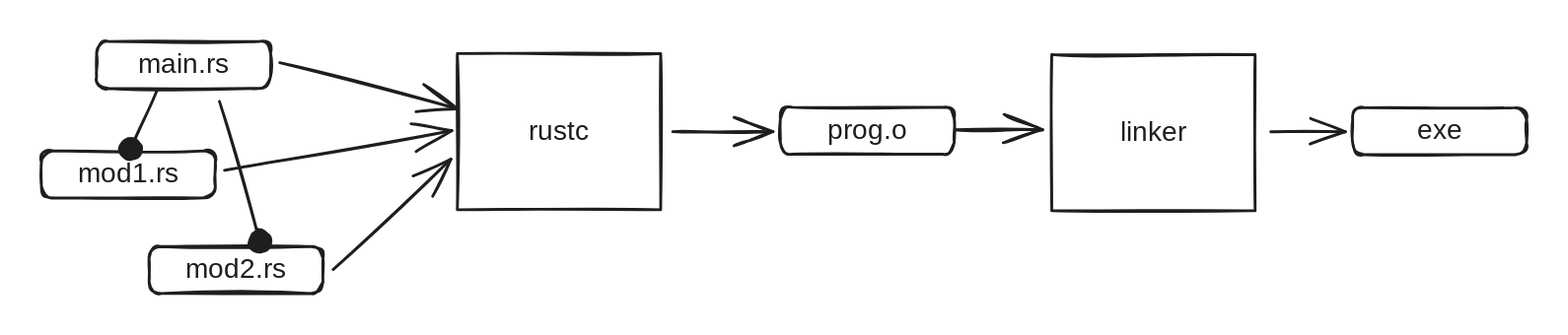
This is .gitbook/assets/file.excalidraw (3).svg from snorochevskiy/inroll-into-rust, a Excalidraw export, as it was before one commit. Source tidied: one line per element, renumbered; positions are measured from the earlier drawing's top-left corner, leaving out a move shared by most shapes. The source it was exported from:
```json
{"id": 0, "type": "rectangle", "strokeColor": "#1e1e1e", "strokeWidth": 2, "roughness": 1, "round": true, "x": 40, "y": 0, "width": 126, "height": 34}
{"id": 1, "type": "text", "text": "main.rs", "strokeColor": "#1e1e1e", "strokeWidth": 2, "roughness": 1, "fontSize": 20, "fontFamily": 3, "textAlign": "center", "verticalAlign": "middle", "inside": 0, "x": 62, "y": 5, "width": 82, "height": 24}
{"id": 2, "type": "rectangle", "strokeColor": "#1e1e1e", "strokeWidth": 2, "roughness": 1, "round": true, "x": 0, "y": 79, "width": 126, "height": 34}
{"id": 3, "type": "text", "text": "mod1.rs", "strokeColor": "#1e1e1e", "strokeWidth": 2, "roughness": 1, "fontSize": 20, "fontFamily": 3, "textAlign": "center", "verticalAlign": "middle", "inside": 2, "x": 22, "y": 84, "width": 82, "height": 24}
{"id": 4, "type": "rectangle", "strokeColor": "#1e1e1e", "strokeWidth": 2, "roughness": 1, "round": true, "x": 78, "y": 149, "width": 126, "height": 34}
{"id": 5, "type": "text", "text": "mod2.rs", "strokeColor": "#1e1e1e", "strokeWidth": 2, "roughness": 1, "fontSize": 20, "fontFamily": 3, "textAlign": "center", "verticalAlign": "middle", "inside": 4, "x": 100, "y": 154, "width": 82, "height": 24}
{"id": 6, "type": "arrow", "strokeColor": "#1e1e1e", "strokeWidth": 2, "roughness": 1, "endArrowhead": "dot", "from": 0, "to": 2, "x": 84, "y": 35, "width": 19, "height": 43, "points": [[0, 0], [-19, 43]]}
{"id": 7, "type": "arrow", "strokeColor": "#1e1e1e", "strokeWidth": 2, "roughness": 1, "endArrowhead": "dot", "from": 0, "to": 4, "x": 129, "y": 43, "width": 29, "height": 101, "points": [[0, 0], [29, 101]]}
{"id": 8, "type": "rectangle", "strokeColor": "#1e1e1e", "strokeWidth": 2, "roughness": 1, "x": 301, "y": 9, "width": 147, "height": 113}
{"id": 9, "type": "text", "text": "rustc", "strokeColor": "#1e1e1e", "strokeWidth": 2, "roughness": 1, "fontSize": 20, "fontFamily": 3, "textAlign": "center", "verticalAlign": "middle", "inside": 8, "x": 346, "y": 53, "width": 59, "height": 24}
{"id": 10, "type": "arrow", "strokeColor": "#1e1e1e", "strokeWidth": 2, "roughness": 1, "endArrowhead": "arrow", "from": 0, "to": 8, "x": 173, "y": 15, "width": 129, "height": 33, "points": [[0, 0], [129, 33]]}
{"id": 11, "type": "arrow", "strokeColor": "#1e1e1e", "strokeWidth": 2, "roughness": 1, "endArrowhead": "arrow", "from": 2, "to": 8, "x": 133, "y": 93, "width": 165, "height": 29, "points": [[0, 0], [165, -29]]}
{"id": 12, "type": "arrow", "strokeColor": "#1e1e1e", "strokeWidth": 2, "roughness": 1, "endArrowhead": "arrow", "from": 4, "to": 8, "x": 211, "y": 165, "width": 85, "height": 80, "points": [[0, 0], [85, -80]]}
{"id": 13, "type": "rectangle", "strokeColor": "#1e1e1e", "strokeWidth": 2, "roughness": 1, "round": true, "x": 535, "y": 48, "width": 126, "height": 34}
{"id": 14, "type": "text", "text": "prog.o", "strokeColor": "#1e1e1e", "strokeWidth": 2, "roughness": 1, "fontSize": 20, "fontFamily": 3, "textAlign": "center", "verticalAlign": "middle", "inside": 13, "x": 563, "y": 53, "width": 71, "height": 24}
{"id": 15, "type": "arrow", "strokeColor": "#1e1e1e", "strokeWidth": 2, "roughness": 1, "endArrowhead": "arrow", "from": 8, "to": 13, "x": 457, "y": 65, "width": 73, "height": 0, "points": [[0, 0], [73, 0]]}
{"id": 16, "type": "rectangle", "strokeColor": "#1e1e1e", "strokeWidth": 2, "roughness": 1, "x": 732, "y": 9, "width": 147, "height": 113}
{"id": 17, "type": "text", "text": "linker", "strokeColor": "#1e1e1e", "strokeWidth": 2, "roughness": 1, "fontSize": 20, "fontFamily": 3, "textAlign": "center", "verticalAlign": "middle", "inside": 16, "x": 770, "y": 54, "width": 71, "height": 24}
{"id": 18, "type": "arrow", "strokeColor": "#1e1e1e", "strokeWidth": 2, "roughness": 1, "endArrowhead": "arrow", "from": 13, "to": 16, "x": 662, "y": 64, "width": 63, "height": 0, "points": [[0, 0], [63, 0]]}
{"id": 19, "type": "rectangle", "strokeColor": "#1e1e1e", "strokeWidth": 2, "roughness": 1, "round": true, "x": 950, "y": 48, "width": 126, "height": 34}
{"id": 20, "type": "text", "text": "exe", "strokeColor": "#1e1e1e", "strokeWidth": 2, "roughness": 1, "fontSize": 20, "fontFamily": 3, "textAlign": "center", "verticalAlign": "middle", "inside": 19, "x": 995, "y": 53, "width": 35, "height": 24}
{"id": 21, "type": "arrow", "strokeColor": "#1e1e1e", "strokeWidth": 2, "roughness": 1, "endArrowhead": "arrow", "from": 16, "to": 19, "x": 891, "y": 65, "width": 54, "height": 0, "points": [[0, 0], [54, 0]]}
```
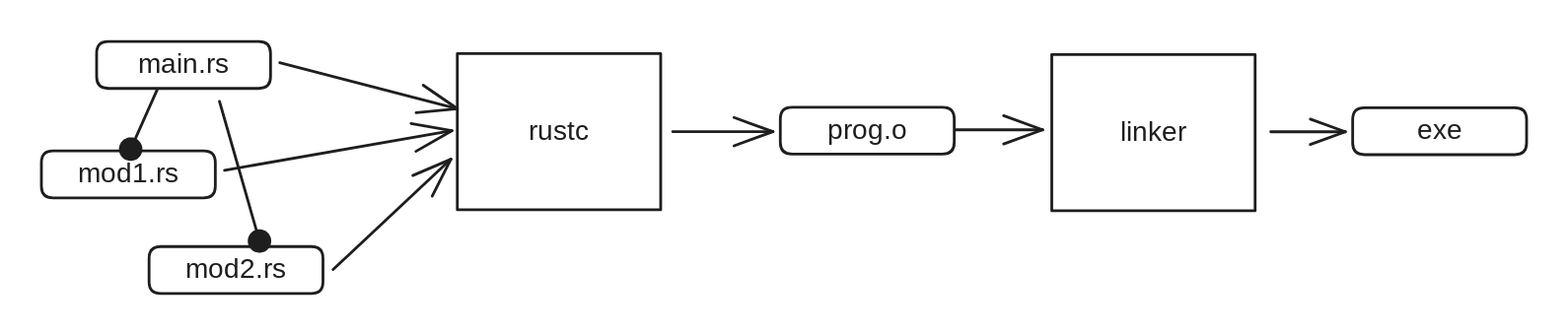
Above is the later version.

The edit, as a diff of the source:
```diff
@@ -1,22 +1,22 @@
-{"id": 0, "type": "rectangle", "strokeColor": "#1e1e1e", "strokeWidth": 2, "roughness": 1, "round": true, "x": 40, "y": 0, "width": 126, "height": 34}
+{"id": 0, "type": "rectangle", "strokeColor": "#1e1e1e", "strokeWidth": 2, "roughness": 0, "round": true, "x": 40, "y": 0, "width": 126, "height": 34}
 {"id": 1, "type": "text", "text": "main.rs", "strokeColor": "#1e1e1e", "strokeWidth": 2, "roughness": 1, "fontSize": 20, "fontFamily": 3, "textAlign": "center", "verticalAlign": "middle", "inside": 0, "x": 62, "y": 5, "width": 82, "height": 24}
-{"id": 2, "type": "rectangle", "strokeColor": "#1e1e1e", "strokeWidth": 2, "roughness": 1, "round": true, "x": 0, "y": 79, "width": 126, "height": 34}
+{"id": 2, "type": "rectangle", "strokeColor": "#1e1e1e", "strokeWidth": 2, "roughness": 0, "round": true, "x": 0, "y": 79, "width": 126, "height": 34}
 {"id": 3, "type": "text", "text": "mod1.rs", "strokeColor": "#1e1e1e", "strokeWidth": 2, "roughness": 1, "fontSize": 20, "fontFamily": 3, "textAlign": "center", "verticalAlign": "middle", "inside": 2, "x": 22, "y": 84, "width": 82, "height": 24}
-{"id": 4, "type": "rectangle", "strokeColor": "#1e1e1e", "strokeWidth": 2, "roughness": 1, "round": true, "x": 78, "y": 149, "width": 126, "height": 34}
+{"id": 4, "type": "rectangle", "strokeColor": "#1e1e1e", "strokeWidth": 2, "roughness": 0, "round": true, "x": 78, "y": 149, "width": 126, "height": 34}
 {"id": 5, "type": "text", "text": "mod2.rs", "strokeColor": "#1e1e1e", "strokeWidth": 2, "roughness": 1, "fontSize": 20, "fontFamily": 3, "textAlign": "center", "verticalAlign": "middle", "inside": 4, "x": 100, "y": 154, "width": 82, "height": 24}
-{"id": 6, "type": "arrow", "strokeColor": "#1e1e1e", "strokeWidth": 2, "roughness": 1, "endArrowhead": "dot", "from": 0, "to": 2, "x": 84, "y": 35, "width": 19, "height": 43, "points": [[0, 0], [-19, 43]]}
+{"id": 6, "type": "arrow", "strokeColor": "#1e1e1e", "strokeWidth": 2, "roughness": 0, "endArrowhead": "dot", "from": 0, "to": 2, "x": 84, "y": 35, "width": 19, "height": 43, "points": [[0, 0], [-19, 43]]}
-{"id": 7, "type": "arrow", "strokeColor": "#1e1e1e", "strokeWidth": 2, "roughness": 1, "endArrowhead": "dot", "from": 0, "to": 4, "x": 129, "y": 43, "width": 29, "height": 101, "points": [[0, 0], [29, 101]]}
+{"id": 7, "type": "arrow", "strokeColor": "#1e1e1e", "strokeWidth": 2, "roughness": 0, "endArrowhead": "dot", "from": 0, "to": 4, "x": 129, "y": 43, "width": 29, "height": 101, "points": [[0, 0], [29, 101]]}
-{"id": 8, "type": "rectangle", "strokeColor": "#1e1e1e", "strokeWidth": 2, "roughness": 1, "x": 301, "y": 9, "width": 147, "height": 113}
+{"id": 8, "type": "rectangle", "strokeColor": "#1e1e1e", "strokeWidth": 2, "roughness": 0, "x": 301, "y": 9, "width": 147, "height": 113}
 {"id": 9, "type": "text", "text": "rustc", "strokeColor": "#1e1e1e", "strokeWidth": 2, "roughness": 1, "fontSize": 20, "fontFamily": 3, "textAlign": "center", "verticalAlign": "middle", "inside": 8, "x": 346, "y": 53, "width": 59, "height": 24}
-{"id": 10, "type": "arrow", "strokeColor": "#1e1e1e", "strokeWidth": 2, "roughness": 1, "endArrowhead": "arrow", "from": 0, "to": 8, "x": 173, "y": 15, "width": 129, "height": 33, "points": [[0, 0], [129, 33]]}
+{"id": 10, "type": "arrow", "strokeColor": "#1e1e1e", "strokeWidth": 2, "roughness": 0, "endArrowhead": "arrow", "from": 0, "to": 8, "x": 173, "y": 15, "width": 129, "height": 33, "points": [[0, 0], [129, 33]]}
-{"id": 11, "type": "arrow", "strokeColor": "#1e1e1e", "strokeWidth": 2, "roughness": 1, "endArrowhead": "arrow", "from": 2, "to": 8, "x": 133, "y": 93, "width": 165, "height": 29, "points": [[0, 0], [165, -29]]}
+{"id": 11, "type": "arrow", "strokeColor": "#1e1e1e", "strokeWidth": 2, "roughness": 0, "endArrowhead": "arrow", "from": 2, "to": 8, "x": 133, "y": 93, "width": 165, "height": 29, "points": [[0, 0], [165, -29]]}
-{"id": 12, "type": "arrow", "strokeColor": "#1e1e1e", "strokeWidth": 2, "roughness": 1, "endArrowhead": "arrow", "from": 4, "to": 8, "x": 211, "y": 165, "width": 85, "height": 80, "points": [[0, 0], [85, -80]]}
+{"id": 12, "type": "arrow", "strokeColor": "#1e1e1e", "strokeWidth": 2, "roughness": 0, "endArrowhead": "arrow", "from": 4, "to": 8, "x": 211, "y": 165, "width": 85, "height": 80, "points": [[0, 0], [85, -80]]}
-{"id": 13, "type": "rectangle", "strokeColor": "#1e1e1e", "strokeWidth": 2, "roughness": 1, "round": true, "x": 535, "y": 48, "width": 126, "height": 34}
+{"id": 13, "type": "rectangle", "strokeColor": "#1e1e1e", "strokeWidth": 2, "roughness": 0, "round": true, "x": 535, "y": 48, "width": 126, "height": 34}
 {"id": 14, "type": "text", "text": "prog.o", "strokeColor": "#1e1e1e", "strokeWidth": 2, "roughness": 1, "fontSize": 20, "fontFamily": 3, "textAlign": "center", "verticalAlign": "middle", "inside": 13, "x": 563, "y": 53, "width": 71, "height": 24}
-{"id": 15, "type": "arrow", "strokeColor": "#1e1e1e", "strokeWidth": 2, "roughness": 1, "endArrowhead": "arrow", "from": 8, "to": 13, "x": 457, "y": 65, "width": 73, "height": 0, "points": [[0, 0], [73, 0]]}
+{"id": 15, "type": "arrow", "strokeColor": "#1e1e1e", "strokeWidth": 2, "roughness": 0, "endArrowhead": "arrow", "from": 8, "to": 13, "x": 457, "y": 65, "width": 73, "height": 0, "points": [[0, 0], [73, 0]]}
-{"id": 16, "type": "rectangle", "strokeColor": "#1e1e1e", "strokeWidth": 2, "roughness": 1, "x": 732, "y": 9, "width": 147, "height": 113}
+{"id": 16, "type": "rectangle", "strokeColor": "#1e1e1e", "strokeWidth": 2, "roughness": 0, "x": 732, "y": 9, "width": 147, "height": 113}
 {"id": 17, "type": "text", "text": "linker", "strokeColor": "#1e1e1e", "strokeWidth": 2, "roughness": 1, "fontSize": 20, "fontFamily": 3, "textAlign": "center", "verticalAlign": "middle", "inside": 16, "x": 770, "y": 54, "width": 71, "height": 24}
-{"id": 18, "type": "arrow", "strokeColor": "#1e1e1e", "strokeWidth": 2, "roughness": 1, "endArrowhead": "arrow", "from": 13, "to": 16, "x": 662, "y": 64, "width": 63, "height": 0, "points": [[0, 0], [63, 0]]}
+{"id": 18, "type": "arrow", "strokeColor": "#1e1e1e", "strokeWidth": 2, "roughness": 0, "endArrowhead": "arrow", "from": 13, "to": 16, "x": 662, "y": 64, "width": 63, "height": 0, "points": [[0, 0], [63, 0]]}
-{"id": 19, "type": "rectangle", "strokeColor": "#1e1e1e", "strokeWidth": 2, "roughness": 1, "round": true, "x": 950, "y": 48, "width": 126, "height": 34}
+{"id": 19, "type": "rectangle", "strokeColor": "#1e1e1e", "strokeWidth": 2, "roughness": 0, "round": true, "x": 950, "y": 48, "width": 126, "height": 34}
 {"id": 20, "type": "text", "text": "exe", "strokeColor": "#1e1e1e", "strokeWidth": 2, "roughness": 1, "fontSize": 20, "fontFamily": 3, "textAlign": "center", "verticalAlign": "middle", "inside": 19, "x": 995, "y": 53, "width": 35, "height": 24}
-{"id": 21, "type": "arrow", "strokeColor": "#1e1e1e", "strokeWidth": 2, "roughness": 1, "endArrowhead": "arrow", "from": 16, "to": 19, "x": 891, "y": 65, "width": 54, "height": 0, "points": [[0, 0], [54, 0]]}
+{"id": 21, "type": "arrow", "strokeColor": "#1e1e1e", "strokeWidth": 2, "roughness": 0, "endArrowhead": "arrow", "from": 16, "to": 19, "x": 891, "y": 65, "width": 54, "height": 0, "points": [[0, 0], [54, 0]]}
```
